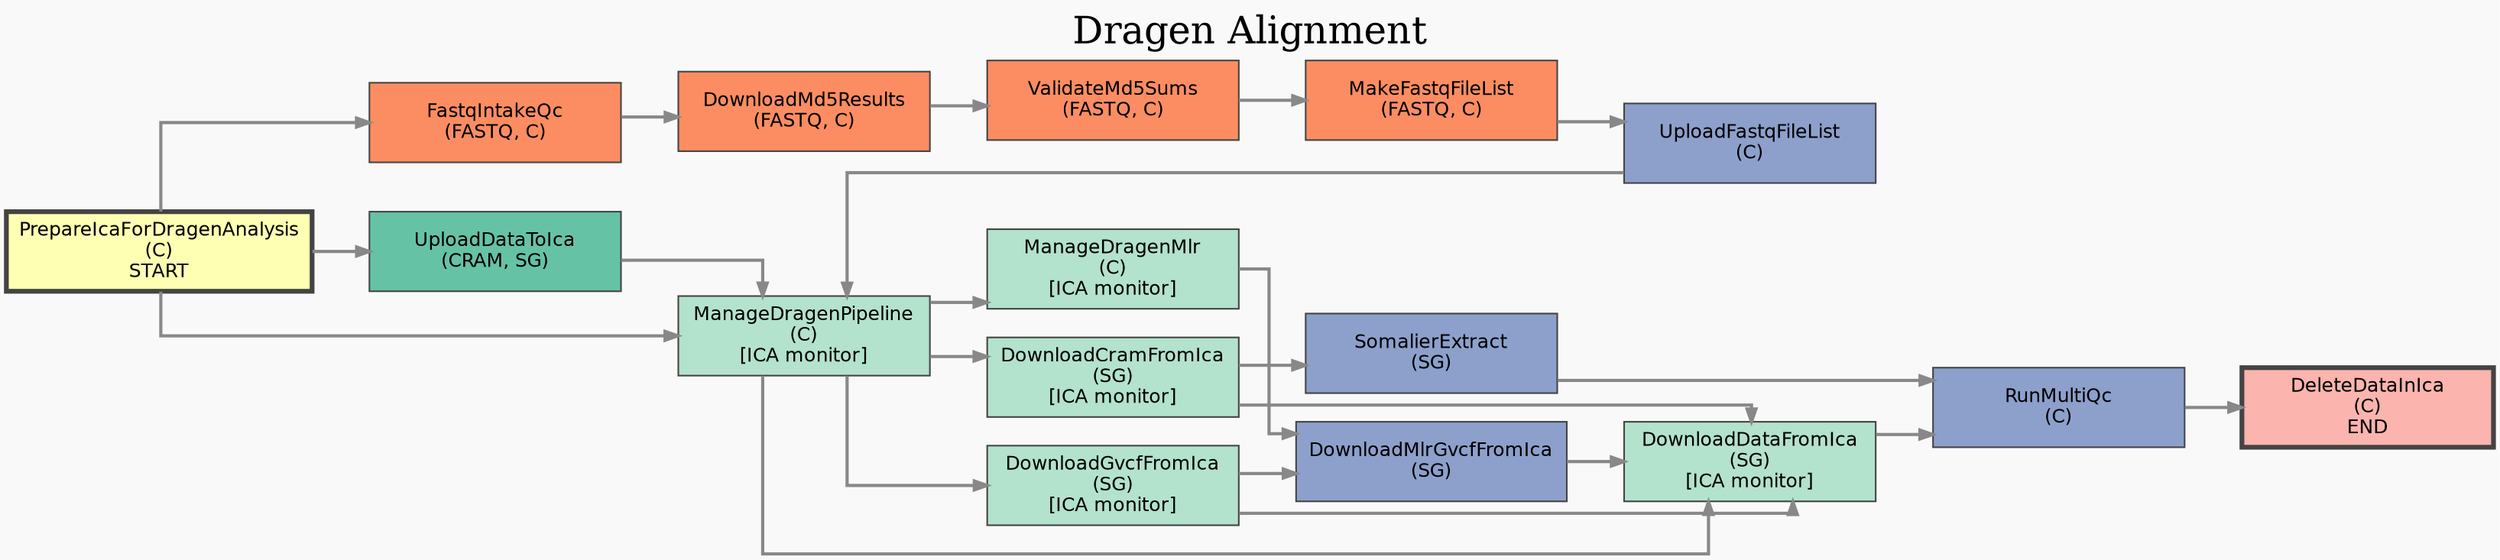
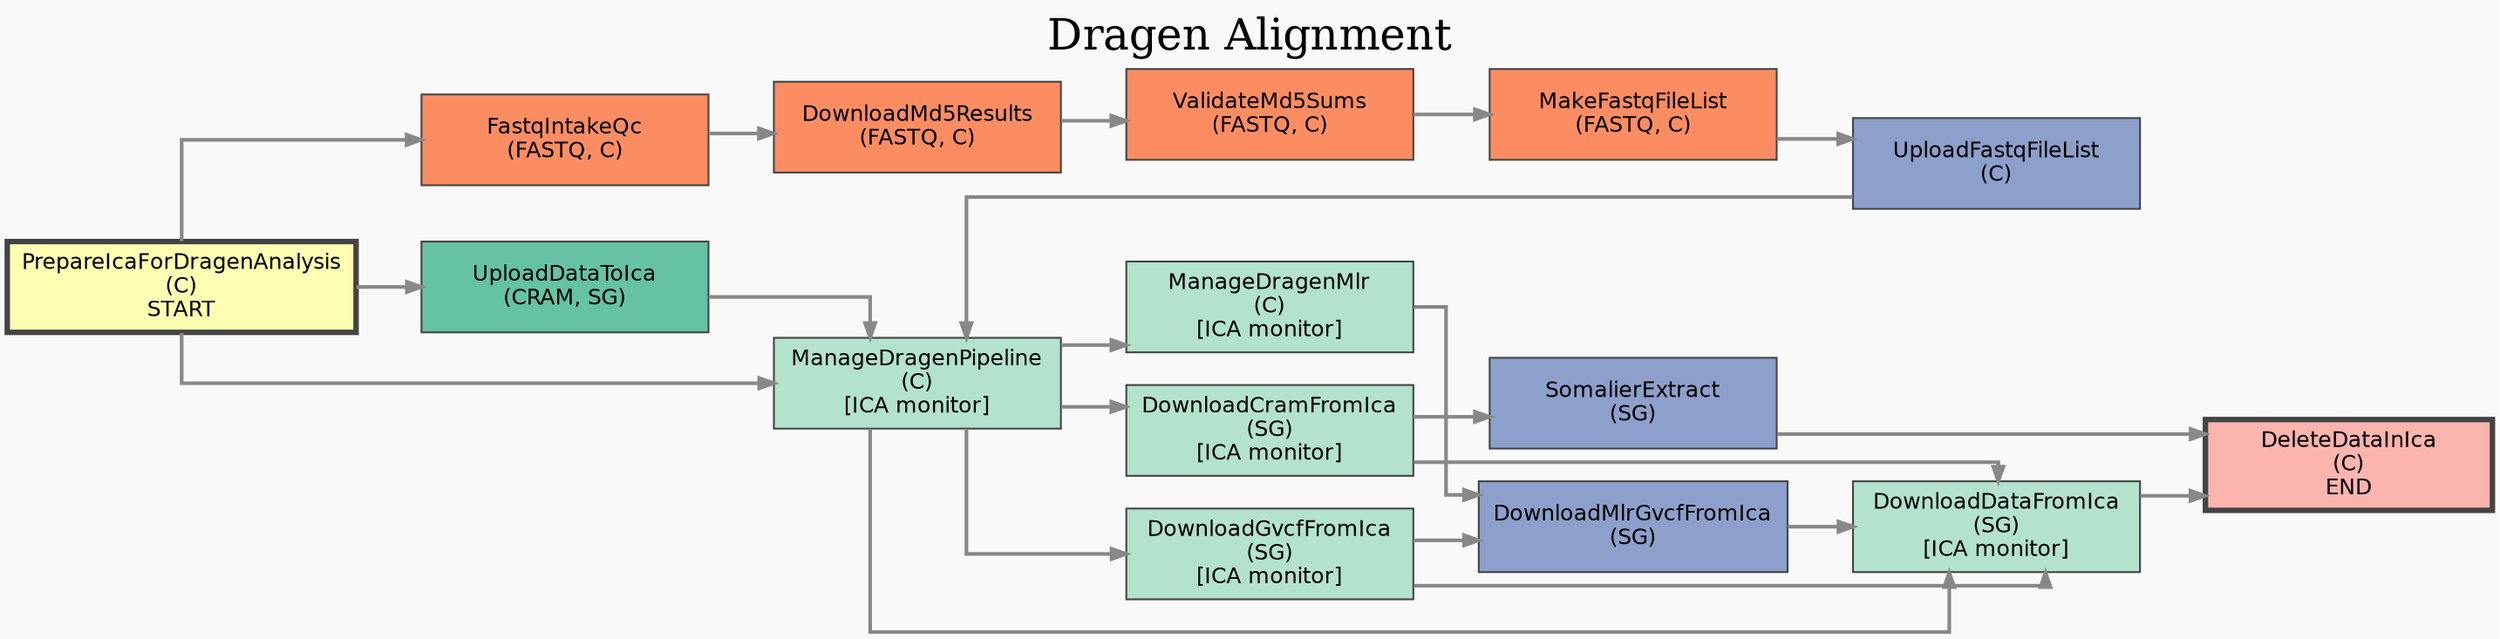
digraph DragenAlignPAWorkflow {
    label="Dragen Alignment";
    labelloc=top;
    fontsize=24;
    rankdir=LR;
    splines=ortho;
    ordering=out;
    bgcolor="#f9f9f9";
    node [shape=box, style=filled, fontname="Helvetica", fontsize=12, color="#444444", width=2.2, height=0.7];
    edge [color="#888888", penwidth=2, arrowsize=0.8];

    // ColorBrewer Set2 palette (colorblind friendly)
    // CRAM: #66c2a5 (green)
    // FASTQ: #fc8d62 (orange)
    // Other: #8da0cb (blue)

    // CRAM-related stages (SG, pre-pipeline)
    UploadDataToIca        [fillcolor="#66c2a5", label="UploadDataToIca\n(CRAM, SG)"];

    // FASTQ-related stages (C, pre-pipeline)
    FastqIntakeQc          [fillcolor="#fc8d62", label="FastqIntakeQc\n(FASTQ, C)"];
    DownloadMd5Results     [fillcolor="#fc8d62", label="DownloadMd5Results\n(FASTQ, C)"];
    ValidateMd5Sums        [fillcolor="#fc8d62", label="ValidateMd5Sums\n(FASTQ, C)"];
    MakeFastqFileList      [fillcolor="#fc8d62", label="MakeFastqFileList\n(FASTQ, C)"];
    UploadFastqFileList    [fillcolor="#8da0cb", label="UploadFastqFileList\n(C)"];

    // Other stages (post-pipeline, no CRAM/FASTQ label)
    DownloadMlrGvcfFromIca [fillcolor="#8da0cb", label="DownloadMlrGvcfFromIca\n(SG)"];
    PrepareIcaForDragenAnalysis [fillcolor="#ffffb3", style="filled,bold", penwidth=3, label="PrepareIcaForDragenAnalysis\n(C)\nSTART"];
    ManageDragenPipeline        [fillcolor="#b3e2cd", label="ManageDragenPipeline\n(C)\n[ICA monitor]"];
    ManageDragenMlr             [fillcolor="#b3e2cd", label="ManageDragenMlr\n(C)\n[ICA monitor]"];
    DownloadCramFromIca         [fillcolor="#b3e2cd", label="DownloadCramFromIca\n(SG)\n[ICA monitor]"];
    DownloadGvcfFromIca         [fillcolor="#b3e2cd", label="DownloadGvcfFromIca\n(SG)\n[ICA monitor]"];
    DownloadDataFromIca         [fillcolor="#b3e2cd", label="DownloadDataFromIca\n(SG)\n[ICA monitor]"];
    SomalierExtract             [fillcolor="#8da0cb", label="SomalierExtract\n(SG)"];
-     RunMultiQc                  [fillcolor="#8da0cb", label="RunMultiQc\n(C)"];
    DeleteDataInIca             [fillcolor="#fbb4ae", style="filled,bold", penwidth=3, label="DeleteDataInIca\n(C)\nEND"];

    // Strict left-to-right ordering for minimal edge crossing
    {rank=same; PrepareIcaForDragenAnalysis;}
    {rank=same; FastqIntakeQc; UploadDataToIca;}
    {rank=same; DownloadMd5Results;}
    {rank=same; ValidateMd5Sums;}
    {rank=same; DownloadCramFromIca; DownloadGvcfFromIca; ManageDragenMlr}
    {rank=same; MakeFastqFileList; DownloadMlrGvcfFromIca;}
    {rank=same; UploadFastqFileList;}
    {rank=same; ManageDragenPipeline;}
    {rank=same; DownloadDataFromIca;}
    {rank=same; SomalierExtract;}
-     {rank=same; RunMultiQc;}
    {rank=same; DeleteDataInIca;}

    // Edges (dependencies)
    PrepareIcaForDragenAnalysis -> FastqIntakeQc;
    PrepareIcaForDragenAnalysis -> UploadDataToIca;
    FastqIntakeQc -> DownloadMd5Results;
    DownloadMd5Results -> ValidateMd5Sums;
    ValidateMd5Sums -> MakeFastqFileList;
    MakeFastqFileList -> UploadFastqFileList;
    PrepareIcaForDragenAnalysis -> ManageDragenPipeline;
    UploadDataToIca -> ManageDragenPipeline;
    UploadFastqFileList -> ManageDragenPipeline;
    ManageDragenPipeline -> ManageDragenMlr;
    ManageDragenPipeline -> DownloadCramFromIca;
    ManageDragenPipeline -> DownloadGvcfFromIca;
    DownloadGvcfFromIca -> DownloadMlrGvcfFromIca;
    ManageDragenMlr -> DownloadMlrGvcfFromIca;
    ManageDragenPipeline -> DownloadDataFromIca;
    DownloadCramFromIca -> DownloadDataFromIca;
    DownloadGvcfFromIca -> DownloadDataFromIca;
    DownloadMlrGvcfFromIca -> DownloadDataFromIca;
    DownloadCramFromIca -> SomalierExtract;
-     DownloadDataFromIca -> RunMultiQc;
-     SomalierExtract -> RunMultiQc;
-     RunMultiQc -> DeleteDataInIca;
+     DownloadDataFromIca -> DeleteDataInIca;
+     SomalierExtract -> DeleteDataInIca;
}
